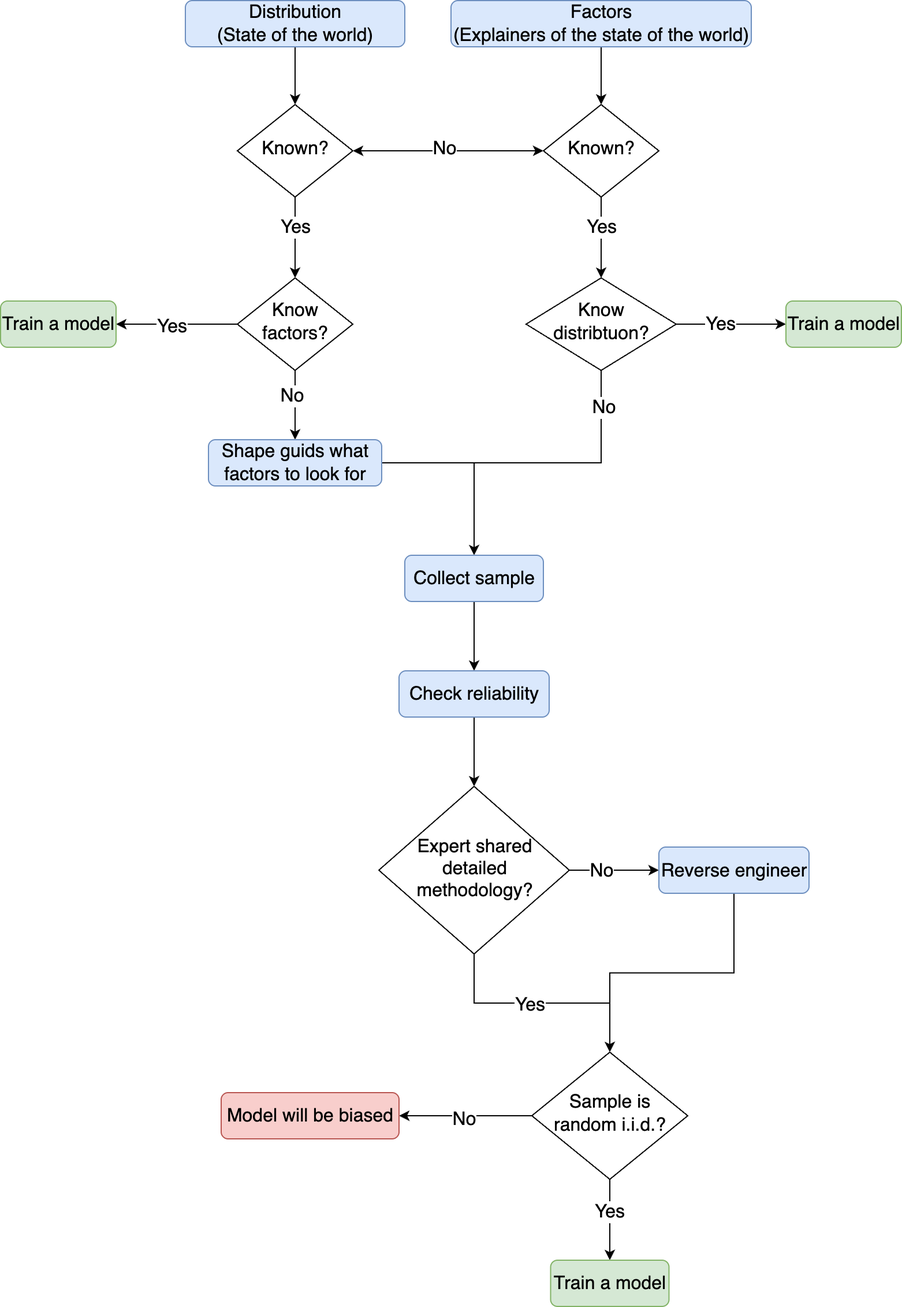
Earlier version of the draw.io export images/distributions_for_ml/flowchart.png (Afnan-Sultan/blog-post-tutorials). Source tidied: cells renumbered, new cells last; positions are measured from the earlier drawing's top-left corner, leaving out a move shared by most shapes.
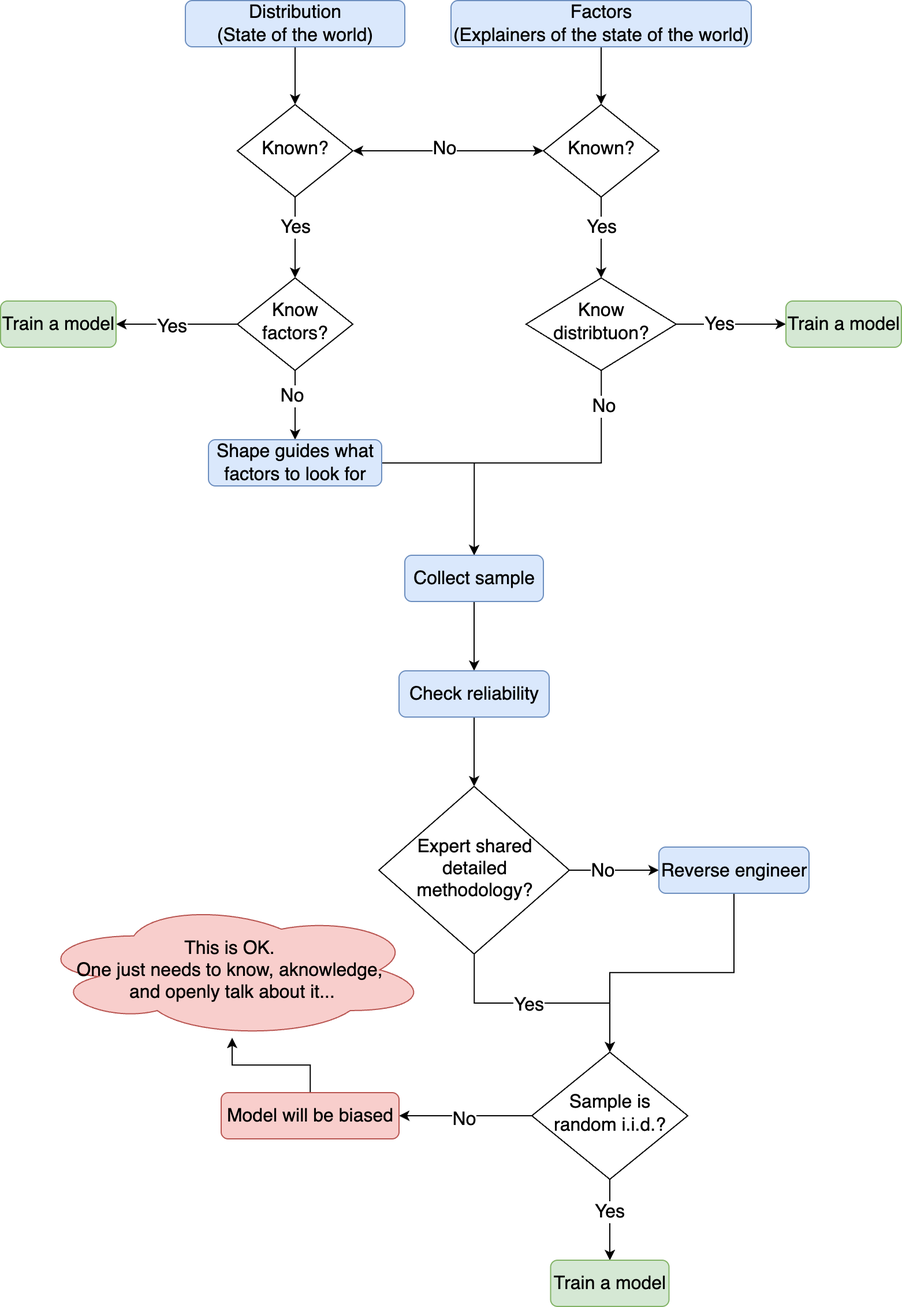
Later version of the same file.

Diff of the diagram source:
```diff
@@ -37,7 +37,7 @@
     <mxCell id="12" style="edgeStyle=orthogonalEdgeStyle;rounded=0;jettySize=auto;html=1;fontSize=16;" parent="1" edge="1" source="13" target="29">
       <mxGeometry relative="1" as="geometry" />
     </mxCell>
-    <mxCell id="13" value="Shape guids what factors to look for" style="rounded=1;whiteSpace=wrap;html=1;fontSize=16;glass=0;strokeWidth=1;shadow=0;fillColor=#dae8fc;strokeColor=#6c8ebf;" parent="1" vertex="1">
+    <mxCell id="13" value="Shape guides what factors to look for" style="rounded=1;whiteSpace=wrap;html=1;fontSize=16;glass=0;strokeWidth=1;shadow=0;fillColor=#dae8fc;strokeColor=#6c8ebf;" parent="1" vertex="1">
       <mxGeometry x="180" y="380" width="150" height="40" as="geometry" />
     </mxCell>
     <mxCell id="14" style="edgeStyle=orthogonalEdgeStyle;rounded=0;jettySize=auto;html=1;entryX=0.5;entryY=0;entryDx=0;entryDy=0;fontSize=16;" parent="1" edge="1" source="15" target="20">
@@ -134,11 +134,17 @@
     <mxCell id="43" value="Reverse engineer" style="rounded=1;whiteSpace=wrap;html=1;fontSize=16;glass=0;strokeWidth=1;shadow=0;fillColor=#dae8fc;strokeColor=#6c8ebf;" parent="1" vertex="1">
       <mxGeometry x="570" y="732.5" width="130" height="40" as="geometry" />
     </mxCell>
+    <mxCell id="46" style="edgeStyle=orthogonalEdgeStyle;rounded=0;jettySize=auto;html=1;" parent="1" edge="1" source="44" target="47">
+      <mxGeometry relative="1" as="geometry" />
+    </mxCell>
     <mxCell id="44" value="Model will be biased" style="rounded=1;whiteSpace=wrap;html=1;fontSize=16;glass=0;strokeWidth=1;shadow=0;fillColor=#f8cecc;strokeColor=#b85450;" parent="1" vertex="1">
       <mxGeometry x="191" y="945" width="154" height="40" as="geometry" />
     </mxCell>
     <mxCell id="45" value="Train a model" style="rounded=1;whiteSpace=wrap;html=1;fontSize=16;glass=0;strokeWidth=1;shadow=0;fillColor=#d5e8d4;strokeColor=#82b366;" parent="1" vertex="1">
       <mxGeometry x="476.2" y="1090" width="102.5" height="40" as="geometry" />
     </mxCell>
+    <mxCell id="47" value="This is OK.&amp;nbsp;&lt;div&gt;One just needs to know, aknowledge,&amp;nbsp;&lt;/div&gt;&lt;div&gt;&lt;span style=&quot;background-color: transparent; color: light-dark(rgb(0, 0, 0), rgb(255, 255, 255));&quot;&gt;and openly talk about it...&lt;/span&gt;&lt;/div&gt;" style="ellipse;shape=cloud;whiteSpace=wrap;html=1;fontSize=16;fillColor=#f8cecc;strokeColor=#b85450;rounded=1;glass=0;strokeWidth=1;shadow=0;" parent="1" vertex="1">
+      <mxGeometry x="30" y="780" width="341" height="117.5" as="geometry" />
+    </mxCell>
   </root>
 </mxGraphModel>
```
